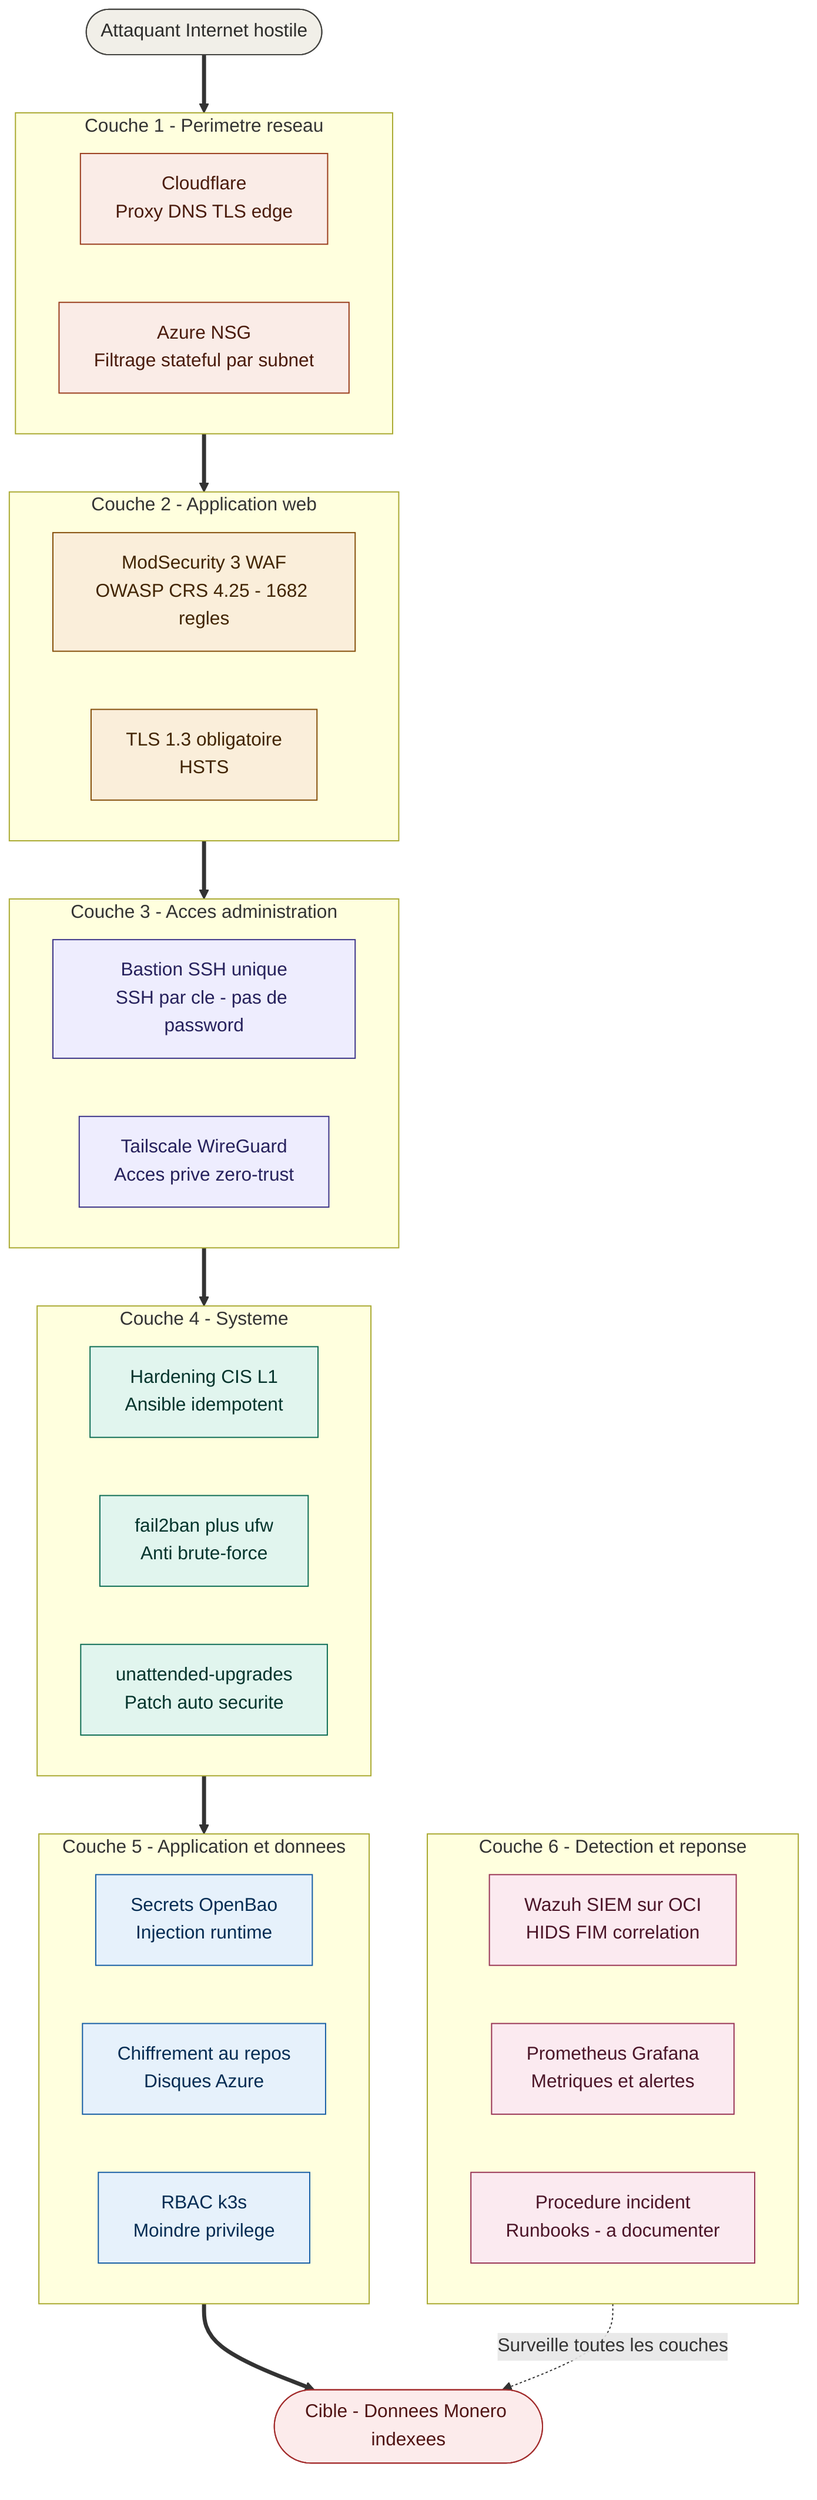
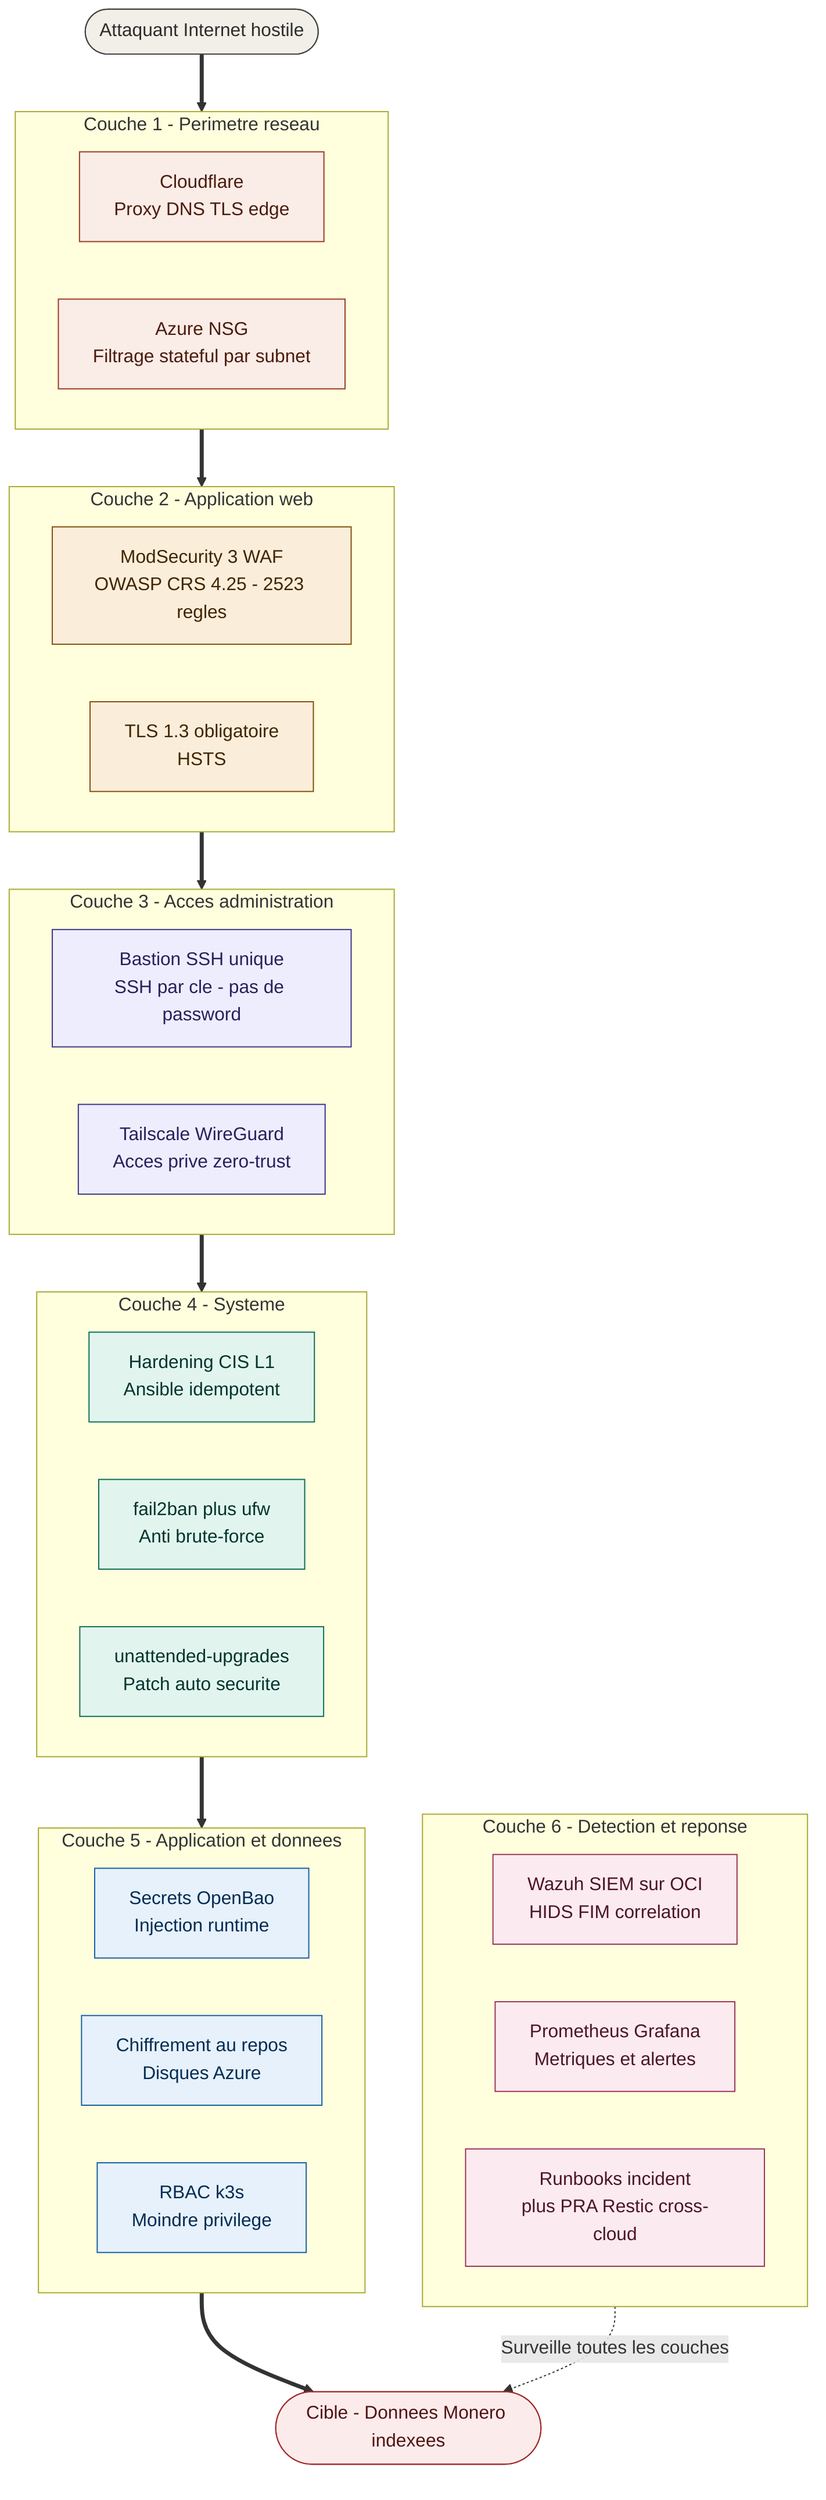
flowchart TB
    Attacker([Attaquant Internet hostile])

    subgraph L1["Couche 1 - Perimetre reseau"]
        direction LR
        CF["Cloudflare<br/>Proxy DNS TLS edge"]
        NSG["Azure NSG<br/>Filtrage stateful par subnet"]
    end

    subgraph L2["Couche 2 - Application web"]
        direction LR
-         WAF["ModSecurity 3 WAF<br/>OWASP CRS 4.25 - 1682 regles"]
+         WAF["ModSecurity 3 WAF<br/>OWASP CRS 4.25 - 2523 regles"]
        TLS["TLS 1.3 obligatoire<br/>HSTS"]
    end

    subgraph L3["Couche 3 - Acces administration"]
        direction LR
        BAS["Bastion SSH unique<br/>SSH par cle - pas de password"]
        TS["Tailscale WireGuard<br/>Acces prive zero-trust"]
    end

    subgraph L4["Couche 4 - Systeme"]
        direction LR
        HARD["Hardening CIS L1<br/>Ansible idempotent"]
        F2B["fail2ban plus ufw<br/>Anti brute-force"]
        UPD["unattended-upgrades<br/>Patch auto securite"]
    end

    subgraph L5["Couche 5 - Application et donnees"]
        direction LR
        SEC["Secrets OpenBao<br/>Injection runtime"]
        ENC["Chiffrement au repos<br/>Disques Azure"]
        RBAC["RBAC k3s<br/>Moindre privilege"]
    end

    Crown([Cible - Donnees Monero indexees])

    subgraph L6["Couche 6 - Detection et reponse"]
        direction LR
        SIEM["Wazuh SIEM sur OCI<br/>HIDS FIM correlation"]
        MON["Prometheus Grafana<br/>Metriques et alertes"]
-         IR["Procedure incident<br/>Runbooks - a documenter"]
+         IR["Runbooks incident<br/>plus PRA Restic cross-cloud"]
    end

    Attacker ==> L1
    L1 ==> L2
    L2 ==> L3
    L3 ==> L4
    L4 ==> L5
    L5 ==> Crown

    L6 -.->|Surveille toutes les couches| Crown

    classDef layer1 fill:#FAECE7,stroke:#993C1D,color:#4A1B0C
    classDef layer2 fill:#FAEEDA,stroke:#854F0B,color:#412402
    classDef layer3 fill:#EEEDFE,stroke:#3C3489,color:#26215C
    classDef layer4 fill:#E1F5EE,stroke:#0F6E56,color:#04342C
    classDef layer5 fill:#E6F1FB,stroke:#185FA5,color:#042C53
    classDef layer6 fill:#FBEAF0,stroke:#993556,color:#4B1528
    classDef target fill:#FCEBEB,stroke:#A32D2D,color:#501313
    classDef ext fill:#F1EFE8,stroke:#444441,color:#2C2C2A

    class CF,NSG layer1
    class WAF,TLS layer2
    class BAS,TS layer3
    class HARD,F2B,UPD layer4
    class SEC,ENC,RBAC layer5
    class SIEM,MON,IR layer6
    class Crown target
    class Attacker ext
